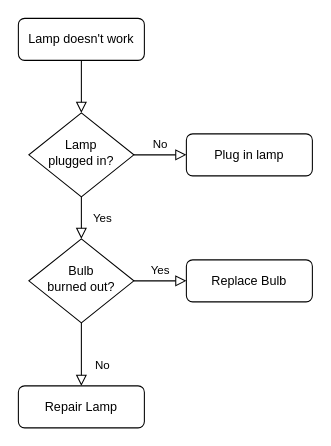
The draw.io diagram 百望.drawio in healer001807/Test, before the edit. Source tidied: cells renumbered, new cells numbered last; positions are measured from the earlier drawing's top-left corner, leaving out a move shared by most shapes. Both pictures are drawn from the tidied source at 105%, with x=0, y=0 at pixel (18, 18).
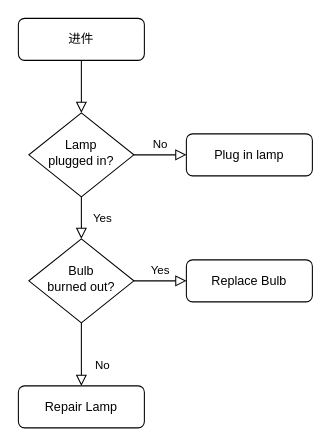
Above is the later version.

Change to the diagram source:
```diff
@@
 <mxGraphModel>
   <root>
     <mxCell id="0" />
     <mxCell id="1" parent="0" />
     <mxCell id="2" style="rounded=0;html=1;jettySize=auto;fontSize=11;endArrow=block;endFill=0;endSize=8;strokeWidth=1;shadow=0;labelBackgroundColor=none;edgeStyle=orthogonalEdgeStyle;" parent="1" edge="1" source="3" target="6">
       <mxGeometry relative="1" as="geometry" />
     </mxCell>
-    <mxCell id="3" value="Lamp doesn't work" style="rounded=1;whiteSpace=wrap;html=1;fontSize=12;glass=0;strokeWidth=1;shadow=0;" parent="1" vertex="1">
+    <mxCell id="3" value="进件" style="rounded=1;whiteSpace=wrap;html=1;fontSize=12;glass=0;strokeWidth=1;shadow=0;" parent="1" vertex="1">
       <mxGeometry width="120" height="40" as="geometry" />
     </mxCell>
     <mxCell id="4" value="Yes" style="rounded=0;html=1;jettySize=auto;fontSize=11;endArrow=block;endFill=0;endSize=8;strokeWidth=1;shadow=0;labelBackgroundColor=none;edgeStyle=orthogonalEdgeStyle;" parent="1" edge="1" source="6" target="10">
       <mxGeometry y="20" relative="1" as="geometry" />
     </mxCell>
     <mxCell id="5" value="No" style="edgeStyle=orthogonalEdgeStyle;rounded=0;html=1;jettySize=auto;fontSize=11;endArrow=block;endFill=0;endSize=8;strokeWidth=1;shadow=0;labelBackgroundColor=none;" parent="1" edge="1" source="6" target="7">
       <mxGeometry y="10" relative="1" as="geometry" />
     </mxCell>
     <mxCell id="6" value="Lamp&lt;br&gt;plugged in?" style="rhombus;whiteSpace=wrap;html=1;shadow=0;fontFamily=Helvetica;fontSize=12;align=center;strokeWidth=1;spacing=6;spacingTop=-4;" parent="1" vertex="1">
       <mxGeometry x="10" y="90" width="100" height="80" as="geometry" />
     </mxCell>
     <mxCell id="7" value="Plug in lamp" style="rounded=1;whiteSpace=wrap;html=1;fontSize=12;glass=0;strokeWidth=1;shadow=0;" parent="1" vertex="1">
       <mxGeometry x="160" y="110" width="120" height="40" as="geometry" />
     </mxCell>
     <mxCell id="8" value="No" style="rounded=0;html=1;jettySize=auto;fontSize=11;endArrow=block;endFill=0;endSize=8;strokeWidth=1;shadow=0;labelBackgroundColor=none;edgeStyle=orthogonalEdgeStyle;" parent="1" edge="1" source="10" target="11">
       <mxGeometry x="0.33" y="20" relative="1" as="geometry" />
     </mxCell>
     <mxCell id="9" value="Yes" style="edgeStyle=orthogonalEdgeStyle;rounded=0;html=1;jettySize=auto;fontSize=11;endArrow=block;endFill=0;endSize=8;strokeWidth=1;shadow=0;labelBackgroundColor=none;" parent="1" edge="1" source="10" target="12">
       <mxGeometry y="10" relative="1" as="geometry" />
     </mxCell>
     <mxCell id="10" value="Bulb&lt;br&gt;burned out?" style="rhombus;whiteSpace=wrap;html=1;shadow=0;fontFamily=Helvetica;fontSize=12;align=center;strokeWidth=1;spacing=6;spacingTop=-4;" parent="1" vertex="1">
       <mxGeometry x="10" y="210" width="100" height="80" as="geometry" />
     </mxCell>
     <mxCell id="11" value="Repair Lamp" style="rounded=1;whiteSpace=wrap;html=1;fontSize=12;glass=0;strokeWidth=1;shadow=0;" parent="1" vertex="1">
       <mxGeometry y="350" width="120" height="40" as="geometry" />
     </mxCell>
     <mxCell id="12" value="Replace Bulb" style="rounded=1;whiteSpace=wrap;html=1;fontSize=12;glass=0;strokeWidth=1;shadow=0;" parent="1" vertex="1">
       <mxGeometry x="160" y="230" width="120" height="40" as="geometry" />
     </mxCell>
   </root>
 </mxGraphModel>
```
